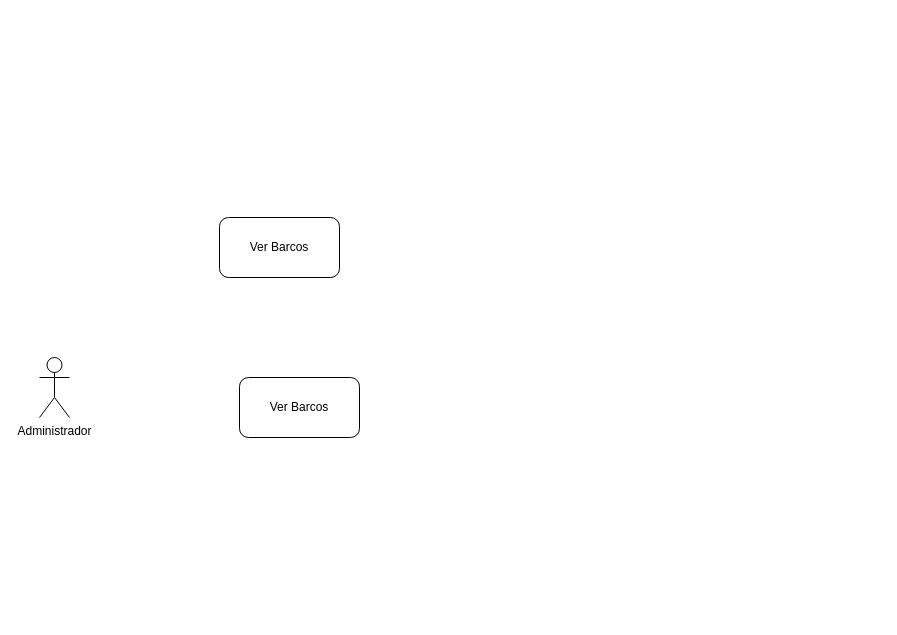
SSanchezRamirez/My_Yacht_Manager keeps this draw.io diagram as Roles.drawio. Above is the earlier version. Source tidied: cells renumbered, new cells numbered last; positions are measured from the earlier drawing's top-left corner, leaving out a move shared by most shapes. Both pictures are drawn from the tidied source at 100%, with x=0, y=0 at pixel (39, 217).
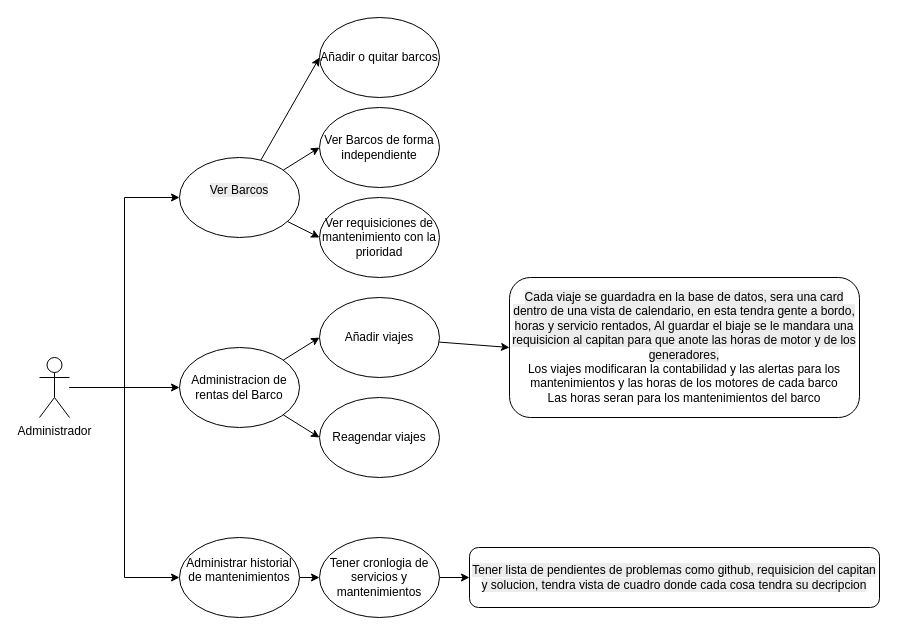
The same diagram, later.

Unchanged cells that the change refers to:
```xml
<mxCell id="2" value="Administrador" style="shape=umlActor;verticalLabelPosition=bottom;verticalAlign=top;html=1;outlineConnect=0;" parent="1" vertex="1">
  <mxGeometry y="140" width="30" height="60" as="geometry" />
</mxCell>
```

Change to the diagram source:
```diff
@@
+    <mxCell id="5" style="edgeStyle=orthogonalEdgeStyle;rounded=0;jettySize=auto;html=1;entryX=0;entryY=0.5;entryDx=0;entryDy=0;" parent="1" edge="1" source="2" target="15">
+      <mxGeometry relative="1" as="geometry" />
+    </mxCell>
+    <mxCell id="6" style="edgeStyle=orthogonalEdgeStyle;rounded=0;jettySize=auto;html=1;entryX=0;entryY=0.5;entryDx=0;entryDy=0;" parent="1" edge="1" source="2" target="11">
+      <mxGeometry relative="1" as="geometry" />
+    </mxCell>
+    <mxCell id="7" style="edgeStyle=orthogonalEdgeStyle;rounded=0;jettySize=auto;html=1;entryX=0;entryY=0.5;entryDx=0;entryDy=0;" parent="1" edge="1" source="2" target="23">
+      <mxGeometry relative="1" as="geometry" />
+    </mxCell>
@@
-    <mxCell id="3" value="Ver Barcos" style="rounded=1;whiteSpace=wrap;html=1;" parent="1" vertex="1">
-      <mxGeometry x="180" width="120" height="60" as="geometry" />
-    </mxCell>
-    <mxCell id="4" value="Ver Barcos" style="rounded=1;whiteSpace=wrap;html=1;" parent="1" vertex="1">
-      <mxGeometry x="200" y="160" width="120" height="60" as="geometry" />
-    </mxCell>
+    <mxCell id="8" value="Reagendar viajes" style="ellipse;whiteSpace=wrap;html=1;" parent="1" vertex="1">
+      <mxGeometry x="280" y="180" width="120" height="80" as="geometry" />
+    </mxCell>
+    <mxCell id="9" style="edgeStyle=none;rounded=0;jettySize=auto;html=1;entryX=0;entryY=0.5;entryDx=0;entryDy=0;" parent="1" edge="1" source="11" target="20">
+      <mxGeometry relative="1" as="geometry" />
+    </mxCell>
+    <mxCell id="10" style="edgeStyle=none;rounded=0;jettySize=auto;html=1;entryX=0;entryY=0.5;entryDx=0;entryDy=0;" parent="1" edge="1" source="11" target="8">
+      <mxGeometry relative="1" as="geometry" />
+    </mxCell>
+    <mxCell id="11" value="Administracion de rentas del Barco" style="ellipse;whiteSpace=wrap;html=1;" parent="1" vertex="1">
+      <mxGeometry x="140" y="130" width="120" height="80" as="geometry" />
+    </mxCell>
+    <mxCell id="12" style="edgeStyle=none;rounded=0;jettySize=auto;html=1;entryX=0;entryY=0.5;entryDx=0;entryDy=0;" parent="1" edge="1" source="15" target="18">
+      <mxGeometry relative="1" as="geometry" />
+    </mxCell>
+    <mxCell id="13" style="edgeStyle=none;rounded=0;jettySize=auto;html=1;entryX=0;entryY=0.5;entryDx=0;entryDy=0;" parent="1" edge="1" source="15" target="16">
+      <mxGeometry relative="1" as="geometry" />
+    </mxCell>
+    <mxCell id="14" style="edgeStyle=none;rounded=0;jettySize=auto;html=1;entryX=0;entryY=0.5;entryDx=0;entryDy=0;" parent="1" edge="1" source="15" target="17">
+      <mxGeometry relative="1" as="geometry" />
+    </mxCell>
+    <mxCell id="15" value="&#10;&lt;span style=&quot;color: rgb(0, 0, 0); font-family: Helvetica; font-size: 12px; font-style: normal; font-variant-ligatures: normal; font-variant-caps: normal; font-weight: 400; letter-spacing: normal; orphans: 2; text-align: center; text-indent: 0px; text-transform: none; widows: 2; word-spacing: 0px; -webkit-text-stroke-width: 0px; white-space: normal; background-color: rgb(236, 236, 236); text-decoration-thickness: initial; text-decoration-style: initial; text-decoration-color: initial; display: inline !important; float: none;&quot;&gt;Ver Barcos&lt;/span&gt;&#10;&#10;" style="ellipse;whiteSpace=wrap;html=1;" parent="1" vertex="1">
+      <mxGeometry x="140" y="-60" width="120" height="80" as="geometry" />
+    </mxCell>
+    <mxCell id="16" value="Ver Barcos de forma independiente" style="ellipse;whiteSpace=wrap;html=1;" parent="1" vertex="1">
+      <mxGeometry x="280" y="-110" width="120" height="80" as="geometry" />
+    </mxCell>
+    <mxCell id="17" value="Ver requisiciones de mantenimiento con la prioridad" style="ellipse;whiteSpace=wrap;html=1;" parent="1" vertex="1">
+      <mxGeometry x="280" y="-20" width="120" height="80" as="geometry" />
+    </mxCell>
+    <mxCell id="18" value="Añadir o quitar barcos" style="ellipse;whiteSpace=wrap;html=1;" parent="1" vertex="1">
+      <mxGeometry x="280" y="-200" width="120" height="80" as="geometry" />
+    </mxCell>
+    <mxCell id="19" style="edgeStyle=none;rounded=0;jettySize=auto;html=1;entryX=0;entryY=0.5;entryDx=0;entryDy=0;" parent="1" edge="1" source="20" target="21">
+      <mxGeometry relative="1" as="geometry" />
+    </mxCell>
+    <mxCell id="20" value="Añadir viajes" style="ellipse;whiteSpace=wrap;html=1;" parent="1" vertex="1">
+      <mxGeometry x="280" y="80" width="120" height="80" as="geometry" />
+    </mxCell>
+    <mxCell id="21" value="&lt;br&gt;&lt;span style=&quot;color: rgb(0, 0, 0); font-family: Helvetica; font-size: 12px; font-style: normal; font-variant-ligatures: normal; font-variant-caps: normal; font-weight: 400; letter-spacing: normal; orphans: 2; text-align: center; text-indent: 0px; text-transform: none; widows: 2; word-spacing: 0px; -webkit-text-stroke-width: 0px; white-space: normal; background-color: rgb(236, 236, 236); text-decoration-thickness: initial; text-decoration-style: initial; text-decoration-color: initial; float: none; display: inline !important;&quot;&gt;Cada viaje se guardadra en la base de datos, sera una card dentro de una vista de calendario, en esta tendra gente a bordo, horas y servicio rentados, Al guardar el biaje se le mandara una requisicion al capitan para que anote las horas de motor y de los generadores,&lt;/span&gt;&lt;div&gt;Los viajes modificaran la contabilidad y las alertas para los mantenimientos y las horas de los motores de cada barco&lt;/div&gt;&lt;div&gt;Las horas seran para los mantenimientos del barco&lt;br&gt;&lt;div&gt;&lt;br&gt;&lt;/div&gt;&lt;/div&gt;" style="rounded=1;whiteSpace=wrap;html=1;" parent="1" vertex="1">
+      <mxGeometry x="470" y="60" width="350" height="140" as="geometry" />
+    </mxCell>
+    <mxCell id="22" style="edgeStyle=none;rounded=0;jettySize=auto;html=1;entryX=0;entryY=0.5;entryDx=0;entryDy=0;" parent="1" edge="1" source="23" target="25">
+      <mxGeometry relative="1" as="geometry" />
+    </mxCell>
+    <mxCell id="23" value="Administrar historial de mantenimientos&lt;div&gt;&lt;br&gt;&lt;/div&gt;" style="ellipse;whiteSpace=wrap;html=1;" parent="1" vertex="1">
+      <mxGeometry x="140" y="320" width="120" height="80" as="geometry" />
+    </mxCell>
+    <mxCell id="24" style="edgeStyle=none;rounded=0;jettySize=auto;html=1;entryX=0;entryY=0.5;entryDx=0;entryDy=0;" parent="1" edge="1" source="25" target="26">
+      <mxGeometry relative="1" as="geometry" />
+    </mxCell>
+    <mxCell id="25" value="Tener cronlogia de servicios y mantenimientos" style="ellipse;whiteSpace=wrap;html=1;" parent="1" vertex="1">
+      <mxGeometry x="280" y="320" width="120" height="80" as="geometry" />
+    </mxCell>
+    <mxCell id="26" value="&lt;br&gt;&lt;span style=&quot;color: rgb(0, 0, 0); font-family: Helvetica; font-size: 12px; font-style: normal; font-variant-ligatures: normal; font-variant-caps: normal; font-weight: 400; letter-spacing: normal; orphans: 2; text-align: center; text-indent: 0px; text-transform: none; widows: 2; word-spacing: 0px; -webkit-text-stroke-width: 0px; white-space: normal; background-color: rgb(236, 236, 236); text-decoration-thickness: initial; text-decoration-style: initial; text-decoration-color: initial; float: none; display: inline !important;&quot;&gt;Tener lista de pendientes de problemas como github, requisicion del capitan y solucion, tendra vista de cuadro donde cada cosa tendra su decripcion&lt;/span&gt;&lt;div&gt;&lt;br/&gt;&lt;/div&gt;" style="rounded=1;whiteSpace=wrap;html=1;" parent="1" vertex="1">
+      <mxGeometry x="430" y="330" width="410" height="60" as="geometry" />
+    </mxCell>
```
